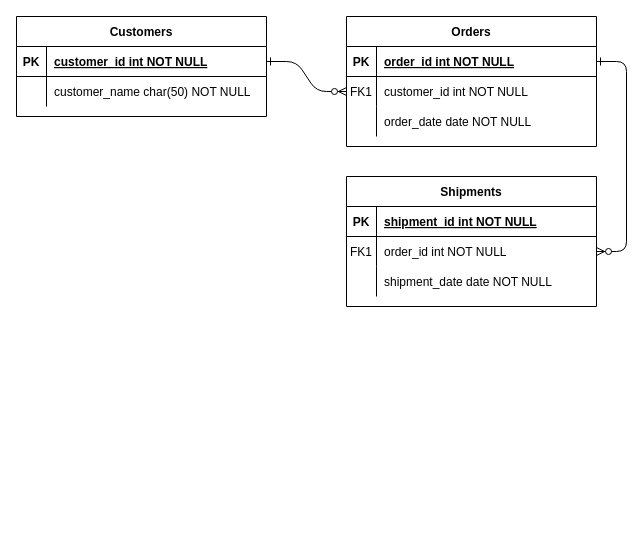
This is I belong.drawio from nataleletizia/ibelong, a draw.io file, before an edit. Source tidied: cells renumbered, new cells numbered last; positions are measured from the earlier drawing's top-left corner, leaving out a move shared by most shapes. Both pictures are drawn from the tidied source at 100%, with x=0, y=0 at pixel (16, 16).
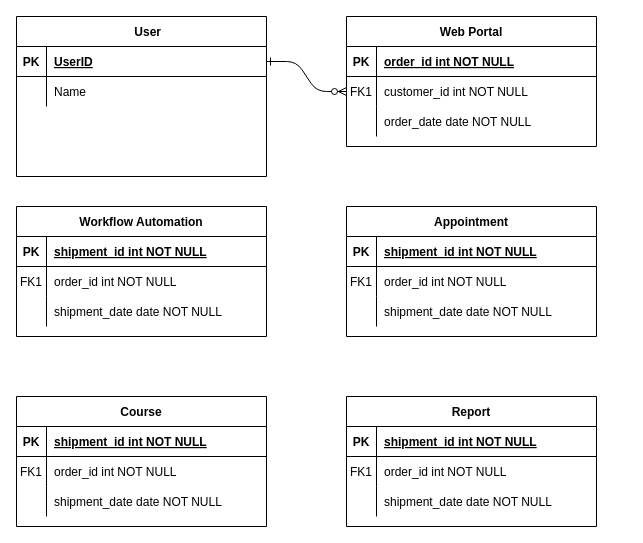
The same page after the edit.

Unchanged cells that the change refers to:
```xml
<mxCell id="5" style="shape=partialRectangle;fillColor=none;points=[[0,0.5],[1,0.5]];portConstraint=eastwest;top=0;left=0;right=0;bottom=1;" parent="4" vertex="1">
  <mxGeometry y="30" width="250" height="30" as="geometry" />
</mxCell>
<mxCell id="18" style="shape=partialRectangle;fillColor=none;points=[[0,0.5],[1,0.5]];portConstraint=eastwest;top=0;left=0;right=0;bottom=0;" parent="14" vertex="1">
  <mxGeometry y="60" width="250" height="30" as="geometry" />
</mxCell>
<mxCell id="25" style="shape=partialRectangle;fillColor=none;points=[[0,0.5],[1,0.5]];portConstraint=eastwest;top=0;left=0;right=0;bottom=1;" parent="24" vertex="1">
  <mxGeometry y="30" width="250" height="30" as="geometry" />
</mxCell>
<mxCell id="28" style="shape=partialRectangle;fillColor=none;top=0;left=0;right=0;bottom=0;" parent="24" vertex="1">
  <mxGeometry y="60" width="250" height="30" as="geometry" />
</mxCell>
```

The edit, as a diff of the source:
```diff
@@
-    <mxCell id="3" style="edgeStyle=entityRelationEdgeStyle;endArrow=ERzeroToMany;startArrow=ERone;endFill=1;startFill=0;" parent="1" edge="1" source="5" target="18">
-      <mxGeometry relative="1" as="geometry" />
-    </mxCell>
-    <mxCell id="4" value="Orders" style="shape=table;startSize=30;childLayout=tableLayout;rowLines=0;fontStyle=1;align=center;" parent="1" vertex="1">
+    <mxCell id="4" value="Web Portal" style="shape=table;startSize=30;childLayout=tableLayout;rowLines=0;fontStyle=1;align=center;" parent="1" vertex="1">
       <mxGeometry x="330" width="250" height="130" as="geometry" />
     </mxCell>
@@
-    <mxCell id="14" value="Shipments" style="shape=table;startSize=30;childLayout=tableLayout;rowLines=0;fontStyle=1;align=center;" parent="1" vertex="1">
-      <mxGeometry x="330" y="160" width="250" height="130" as="geometry" />
+    <mxCell id="14" value="Workflow Automation" style="shape=table;startSize=30;childLayout=tableLayout;rowLines=0;fontStyle=1;align=center;" parent="1" vertex="1">
+      <mxGeometry y="190" width="250" height="130" as="geometry" />
     </mxCell>
@@
-    <mxCell id="24" value="Customers" style="shape=table;startSize=30;childLayout=tableLayout;rowLines=0;fontStyle=1;align=center;" parent="1" vertex="1">
-      <mxGeometry width="250" height="100" as="geometry" />
+    <mxCell id="24" value="    User" style="shape=table;startSize=30;childLayout=tableLayout;rowLines=0;fontStyle=1;align=center;" parent="1" vertex="1">
+      <mxGeometry width="250" height="160" as="geometry" />
     </mxCell>
@@
-    <mxCell id="27" value="customer_id int NOT NULL " style="shape=partialRectangle;overflow=hidden;fillColor=none;top=0;left=0;bottom=0;right=0;align=left;spacingLeft=6;fontStyle=5;" parent="25" vertex="1">
+    <mxCell id="27" value="UserID" style="shape=partialRectangle;overflow=hidden;fillColor=none;top=0;left=0;bottom=0;right=0;align=left;spacingLeft=6;fontStyle=5;" parent="25" vertex="1">
       <mxGeometry x="30" width="220" height="30" as="geometry" />
     </mxCell>
@@
-    <mxCell id="30" value="customer_name char(50) NOT NULL" style="shape=partialRectangle;overflow=hidden;fillColor=none;top=0;left=0;bottom=0;right=0;align=left;spacingLeft=6;" parent="28" vertex="1">
+    <mxCell id="30" value="Name" style="shape=partialRectangle;overflow=hidden;fillColor=none;top=0;left=0;bottom=0;right=0;align=left;spacingLeft=6;" parent="28" vertex="1">
       <mxGeometry x="30" width="220" height="30" as="geometry" />
     </mxCell>
+    <mxCell id="31" value="Appointment" style="shape=table;startSize=30;childLayout=tableLayout;rowLines=0;fontStyle=1;align=center;" parent="1" vertex="1">
+      <mxGeometry x="330" y="190" width="250" height="130" as="geometry" />
+    </mxCell>
+    <mxCell id="32" style="shape=partialRectangle;fillColor=none;top=0;left=0;right=0;bottom=1;" parent="31" vertex="1">
+      <mxGeometry y="30" width="250" height="30" as="geometry" />
+    </mxCell>
+    <mxCell id="33" value="PK" style="shape=partialRectangle;overflow=hidden;fillColor=none;top=0;left=0;bottom=0;right=0;fontStyle=1;" parent="32" vertex="1">
+      <mxGeometry width="30" height="30" as="geometry" />
+    </mxCell>
+    <mxCell id="34" value="shipment_id int NOT NULL " style="shape=partialRectangle;overflow=hidden;fillColor=none;top=0;left=0;bottom=0;right=0;align=left;spacingLeft=6;fontStyle=5;" parent="32" vertex="1">
+      <mxGeometry x="30" width="220" height="30" as="geometry" />
+    </mxCell>
+    <mxCell id="35" style="shape=partialRectangle;fillColor=none;top=0;left=0;right=0;bottom=0;" parent="31" vertex="1">
+      <mxGeometry y="60" width="250" height="30" as="geometry" />
+    </mxCell>
+    <mxCell id="36" value="FK1" style="shape=partialRectangle;overflow=hidden;fillColor=none;top=0;left=0;bottom=0;right=0;" parent="35" vertex="1">
+      <mxGeometry width="30" height="30" as="geometry" />
+    </mxCell>
+    <mxCell id="37" value="order_id int NOT NULL" style="shape=partialRectangle;overflow=hidden;fillColor=none;top=0;left=0;bottom=0;right=0;align=left;spacingLeft=6;" parent="35" vertex="1">
+      <mxGeometry x="30" width="220" height="30" as="geometry" />
+    </mxCell>
+    <mxCell id="38" style="shape=partialRectangle;fillColor=none;top=0;left=0;right=0;bottom=0;" parent="31" vertex="1">
+      <mxGeometry y="90" width="250" height="30" as="geometry" />
+    </mxCell>
+    <mxCell id="39" style="shape=partialRectangle;overflow=hidden;fillColor=none;top=0;left=0;bottom=0;right=0;" parent="38" vertex="1">
+      <mxGeometry width="30" height="30" as="geometry" />
+    </mxCell>
+    <mxCell id="40" value="shipment_date date NOT NULL" style="shape=partialRectangle;overflow=hidden;fillColor=none;top=0;left=0;bottom=0;right=0;align=left;spacingLeft=6;" parent="38" vertex="1">
+      <mxGeometry x="30" width="220" height="30" as="geometry" />
+    </mxCell>
+    <mxCell id="41" value="Course" style="shape=table;startSize=30;childLayout=tableLayout;rowLines=0;fontStyle=1;align=center;" parent="1" vertex="1">
+      <mxGeometry y="380" width="250" height="130" as="geometry" />
+    </mxCell>
+    <mxCell id="42" style="shape=partialRectangle;fillColor=none;top=0;left=0;right=0;bottom=1;" parent="41" vertex="1">
+      <mxGeometry y="30" width="250" height="30" as="geometry" />
+    </mxCell>
+    <mxCell id="43" value="PK" style="shape=partialRectangle;overflow=hidden;fillColor=none;top=0;left=0;bottom=0;right=0;fontStyle=1;" parent="42" vertex="1">
+      <mxGeometry width="30" height="30" as="geometry" />
+    </mxCell>
+    <mxCell id="44" value="shipment_id int NOT NULL " style="shape=partialRectangle;overflow=hidden;fillColor=none;top=0;left=0;bottom=0;right=0;align=left;spacingLeft=6;fontStyle=5;" parent="42" vertex="1">
+      <mxGeometry x="30" width="220" height="30" as="geometry" />
+    </mxCell>
+    <mxCell id="45" style="shape=partialRectangle;fillColor=none;top=0;left=0;right=0;bottom=0;" parent="41" vertex="1">
+      <mxGeometry y="60" width="250" height="30" as="geometry" />
+    </mxCell>
+    <mxCell id="46" value="FK1" style="shape=partialRectangle;overflow=hidden;fillColor=none;top=0;left=0;bottom=0;right=0;" parent="45" vertex="1">
+      <mxGeometry width="30" height="30" as="geometry" />
+    </mxCell>
+    <mxCell id="47" value="order_id int NOT NULL" style="shape=partialRectangle;overflow=hidden;fillColor=none;top=0;left=0;bottom=0;right=0;align=left;spacingLeft=6;" parent="45" vertex="1">
+      <mxGeometry x="30" width="220" height="30" as="geometry" />
+    </mxCell>
+    <mxCell id="48" style="shape=partialRectangle;fillColor=none;top=0;left=0;right=0;bottom=0;" parent="41" vertex="1">
+      <mxGeometry y="90" width="250" height="30" as="geometry" />
+    </mxCell>
+    <mxCell id="49" style="shape=partialRectangle;overflow=hidden;fillColor=none;top=0;left=0;bottom=0;right=0;" parent="48" vertex="1">
+      <mxGeometry width="30" height="30" as="geometry" />
+    </mxCell>
+    <mxCell id="50" value="shipment_date date NOT NULL" style="shape=partialRectangle;overflow=hidden;fillColor=none;top=0;left=0;bottom=0;right=0;align=left;spacingLeft=6;" parent="48" vertex="1">
+      <mxGeometry x="30" width="220" height="30" as="geometry" />
+    </mxCell>
+    <mxCell id="51" value="Report" style="shape=table;startSize=30;childLayout=tableLayout;rowLines=0;fontStyle=1;align=center;" parent="1" vertex="1">
+      <mxGeometry x="330" y="380" width="250" height="130" as="geometry" />
+    </mxCell>
+    <mxCell id="52" style="shape=partialRectangle;fillColor=none;top=0;left=0;right=0;bottom=1;" parent="51" vertex="1">
+      <mxGeometry y="30" width="250" height="30" as="geometry" />
+    </mxCell>
+    <mxCell id="53" value="PK" style="shape=partialRectangle;overflow=hidden;fillColor=none;top=0;left=0;bottom=0;right=0;fontStyle=1;" parent="52" vertex="1">
+      <mxGeometry width="30" height="30" as="geometry" />
+    </mxCell>
+    <mxCell id="54" value="shipment_id int NOT NULL " style="shape=partialRectangle;overflow=hidden;fillColor=none;top=0;left=0;bottom=0;right=0;align=left;spacingLeft=6;fontStyle=5;" parent="52" vertex="1">
+      <mxGeometry x="30" width="220" height="30" as="geometry" />
+    </mxCell>
+    <mxCell id="55" style="shape=partialRectangle;fillColor=none;top=0;left=0;right=0;bottom=0;" parent="51" vertex="1">
+      <mxGeometry y="60" width="250" height="30" as="geometry" />
+    </mxCell>
+    <mxCell id="56" value="FK1" style="shape=partialRectangle;overflow=hidden;fillColor=none;top=0;left=0;bottom=0;right=0;" parent="55" vertex="1">
+      <mxGeometry width="30" height="30" as="geometry" />
+    </mxCell>
+    <mxCell id="57" value="order_id int NOT NULL" style="shape=partialRectangle;overflow=hidden;fillColor=none;top=0;left=0;bottom=0;right=0;align=left;spacingLeft=6;" parent="55" vertex="1">
+      <mxGeometry x="30" width="220" height="30" as="geometry" />
+    </mxCell>
+    <mxCell id="58" style="shape=partialRectangle;fillColor=none;top=0;left=0;right=0;bottom=0;" parent="51" vertex="1">
+      <mxGeometry y="90" width="250" height="30" as="geometry" />
+    </mxCell>
+    <mxCell id="59" style="shape=partialRectangle;overflow=hidden;fillColor=none;top=0;left=0;bottom=0;right=0;" parent="58" vertex="1">
+      <mxGeometry width="30" height="30" as="geometry" />
+    </mxCell>
+    <mxCell id="60" value="shipment_date date NOT NULL" style="shape=partialRectangle;overflow=hidden;fillColor=none;top=0;left=0;bottom=0;right=0;align=left;spacingLeft=6;" parent="58" vertex="1">
+      <mxGeometry x="30" width="220" height="30" as="geometry" />
+    </mxCell>
```
